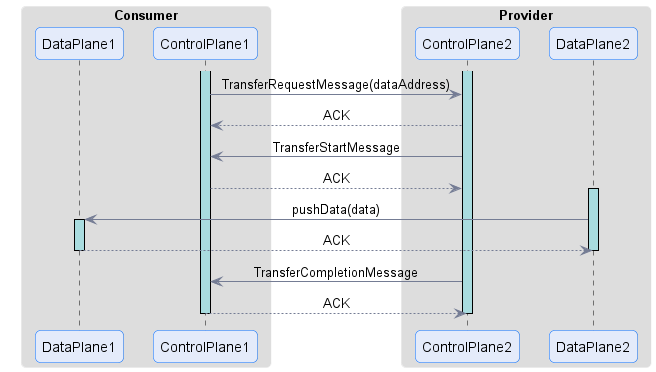
International-Data-Spaces-Association/ids-specification keeps this PlantUML diagram as transfer/push-transfer-process.png. Above is the earlier version.
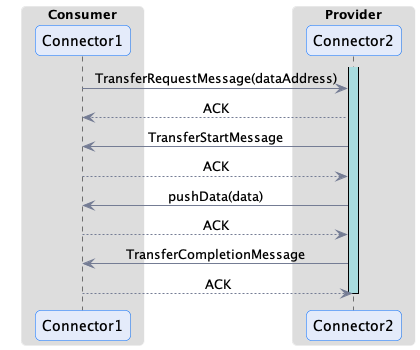
The same diagram one commit later.

Commit message:
fix the transfer protocol resources

The edit, as a diff of the source:
```diff
@@ -8,35 +8,29 @@
 skinparam defaultTextAlignment center
 
 box Consumer
-participant DataPlane1
-participant ControlPlane1
+participant Connector1
 end box
 
 box Provider
-participant ControlPlane2
-participant DataPlane2
+participant Connector2
 end box
 
-activate ControlPlane1
-activate ControlPlane2
+activate Connector2
 
-ControlPlane1 -> ControlPlane2 : TransferRequestMessage(dataAddress)
-ControlPlane2 --> ControlPlane1 : ACK
+Connector1 -> Connector2 : TransferRequestMessage(dataAddress)
+Connector2 --> Connector1 : ACK
 
-ControlPlane2 -> ControlPlane1 : TransferStartMessage
-ControlPlane1 --> ControlPlane2 : ACK
+Connector2 -> Connector1 : TransferStartMessage
+Connector1 --> Connector2 : ACK
 
-activate DataPlane2
-DataPlane2 -> DataPlane1 : pushData(data)
-activate DataPlane1
-DataPlane1 --> DataPlane2 : ACK
-deactivate DataPlane2
-deactivate DataPlane1
+Connector2 -> Connector1 : pushData(data)
 
-ControlPlane2 -> ControlPlane1 : TransferCompletionMessage
-ControlPlane1 --> ControlPlane2 : ACK
+Connector1 --> Connector2 : ACK
 
-deactivate ControlPlane1
-deactivate ControlPlane2
+Connector2 -> Connector1 : TransferCompletionMessage
+Connector1 --> Connector2 : ACK
+
+deactivate Connector1
+deactivate Connector2
 
 @enduml
```
